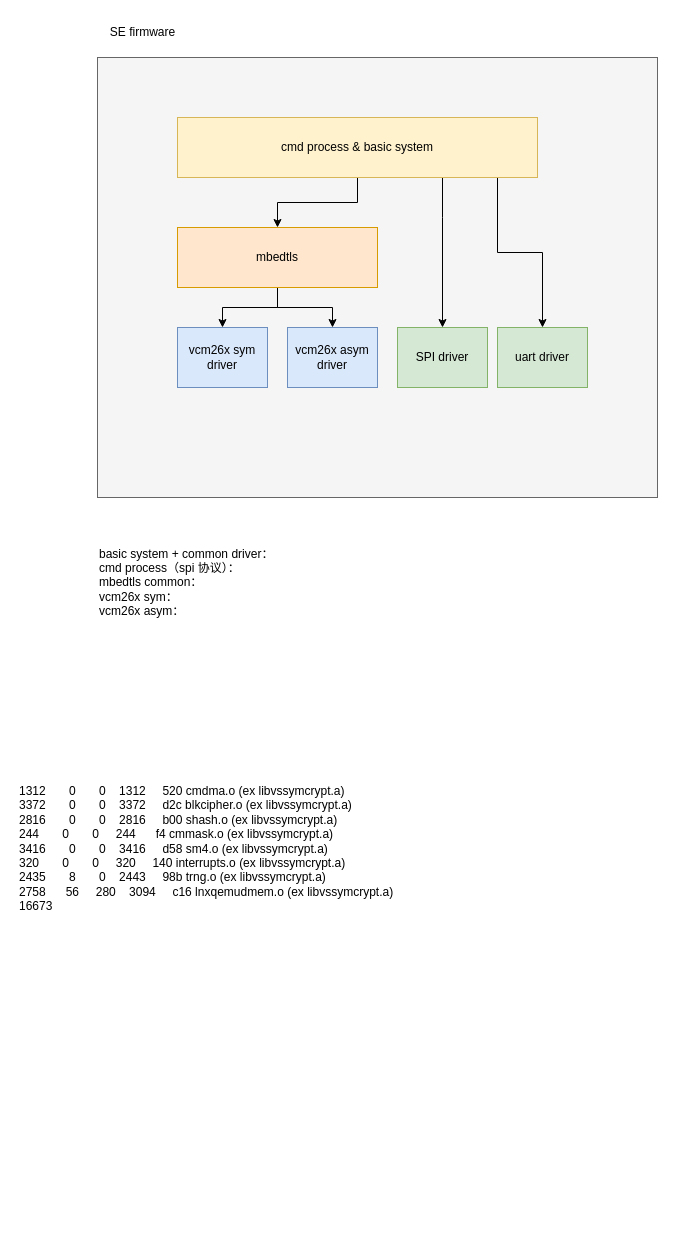
Above: page "Page-2" (2 of 3) of vcm26x.drawio in thomas-coding/drawio (draw.io), before the change. Source tidied: cells renumbered, new cells numbered last; positions are measured from the earlier drawing's top-left corner, leaving out a move shared by most shapes. Both pictures are drawn from the tidied source at 100%, with x=0, y=0 at pixel (17, 17).
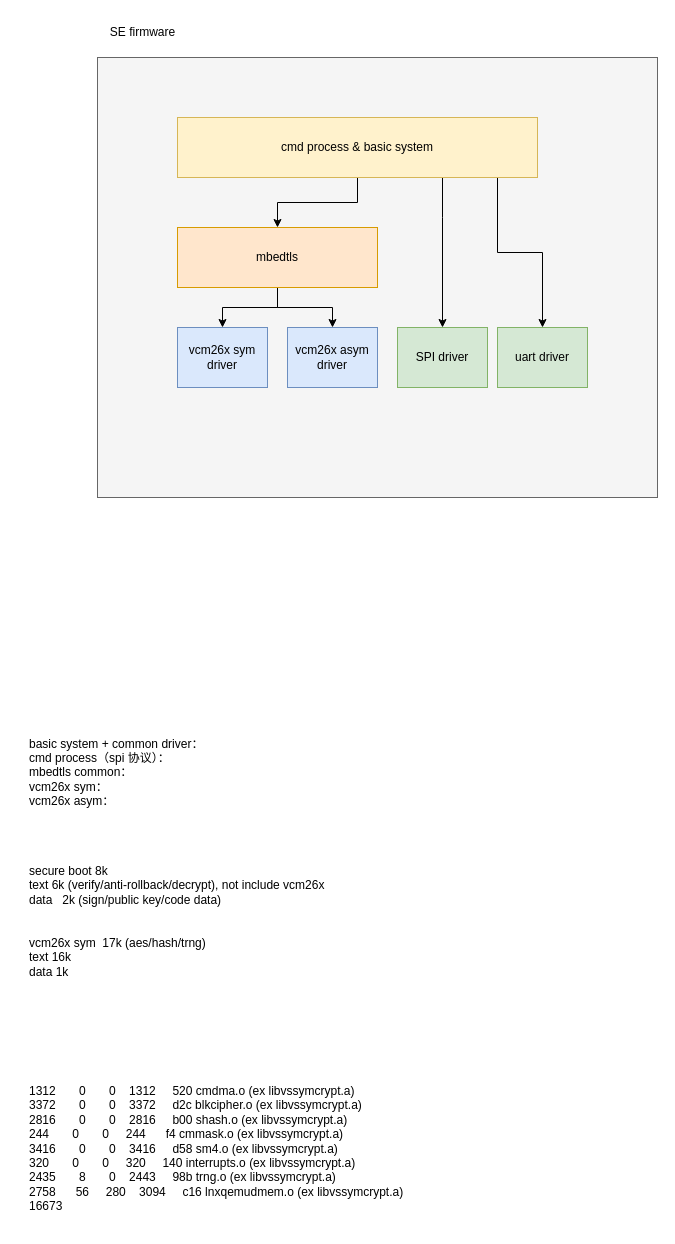
Above is the later version.

Diff of the diagram source:
```diff
@@
     <mxCell id="15" value="1312       0       0    1312     520 cmdma.o (ex libvssymcrypt.a)&#10;3372       0       0    3372     d2c blkcipher.o (ex libvssymcrypt.a)&#10;2816       0       0    2816     b00 shash.o (ex libvssymcrypt.a)&#10;244       0       0     244      f4 cmmask.o (ex libvssymcrypt.a)&#10;3416       0       0    3416     d58 sm4.o (ex libvssymcrypt.a)&#10;320       0       0     320     140 interrupts.o (ex libvssymcrypt.a)&#10;2435       8       0    2443     98b trng.o (ex libvssymcrypt.a)&#10;2758      56     280    3094     c16 lnxqemudmem.o (ex libvssymcrypt.a)&#10;16673" style="text;whiteSpace=wrap;" parent="1" vertex="1">
-      <mxGeometry y="760" width="410" height="150" as="geometry" />
+      <mxGeometry x="10" y="1060" width="410" height="150" as="geometry" />
     </mxCell>
     <mxCell id="16" value="basic system + common driver：&lt;div&gt;cmd process（spi 协议）：&lt;/div&gt;&lt;div&gt;mbedtls common：&lt;/div&gt;&lt;div&gt;vcm26x sym：&lt;/div&gt;&lt;div&gt;vcm26x asym：&lt;/div&gt;" style="text;html=1;align=left;verticalAlign=middle;strokeColor=none;fillColor=none;" parent="1" vertex="1">
-      <mxGeometry x="80" y="520" width="200" height="90" as="geometry" />
+      <mxGeometry x="10" y="710" width="200" height="90" as="geometry" />
     </mxCell>
+    <mxCell id="17" value="secure boot 8k&#10;text 6k (verify/anti-rollback/decrypt), not include vcm26x&#10;data   2k (sign/public key/code data)&#10;&#10;&#10;vcm26x sym  17k (aes/hash/trng)&#10;text 16k&#10;data 1k" style="text;whiteSpace=wrap;" parent="1" vertex="1">
+      <mxGeometry x="10" y="840" width="330" height="140" as="geometry" />
+    </mxCell>
```
